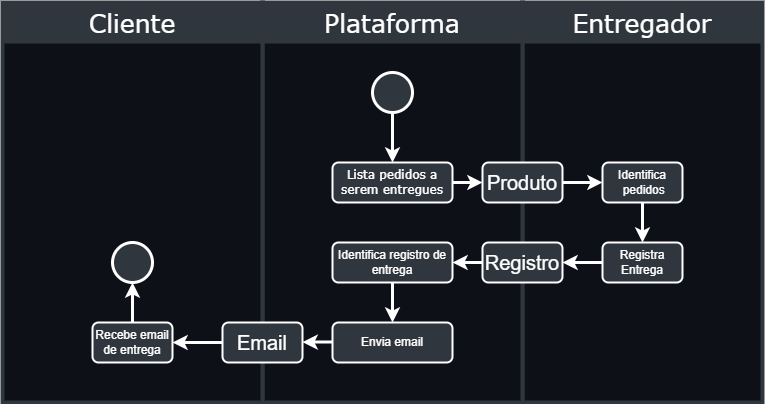
This is img/businessProcess.png from pedroblimaa/dm112-logistics-service, a draw.io export, as it was before one commit. Source tidied: cells renumbered, new cells last; positions are measured from the earlier drawing's top-left corner, leaving out a move shared by most shapes.
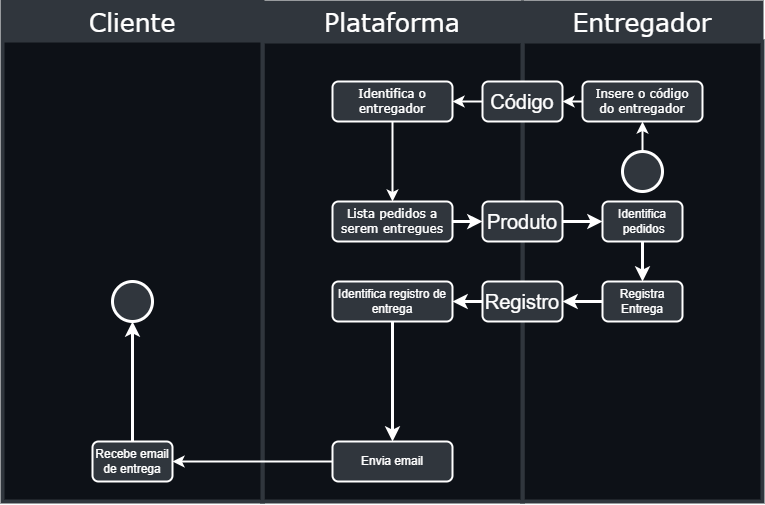
The same file after the commit.

The edit, as a diff of the source:
```diff
@@ -3,23 +3,20 @@
     <mxCell id="0" />
     <mxCell id="1" parent="0" />
     <mxCell id="2" style="rounded=0;whiteSpace=wrap;html=1;fillColor=#0D1117;strokeColor=#30363D;strokeWidth=4;" parent="1" vertex="1">
-      <mxGeometry x="520" width="240" height="400" as="geometry" />
+      <mxGeometry x="520" width="240" height="460" as="geometry" />
     </mxCell>
     <mxCell id="3" style="rounded=0;whiteSpace=wrap;html=1;fillColor=#0D1117;strokeColor=#30363D;strokeWidth=4;" parent="1" vertex="1">
-      <mxGeometry x="260" width="260" height="400" as="geometry" />
+      <mxGeometry x="260" width="260" height="460" as="geometry" />
     </mxCell>
-    <mxCell id="4" style="edgeStyle=orthogonalEdgeStyle;rounded=0;jettySize=auto;html=1;exitX=0.5;exitY=1;exitDx=0;exitDy=0;entryX=0.5;entryY=0;entryDx=0;entryDy=0;strokeColor=#FFFFFF;strokeWidth=3;" parent="1" edge="1" source="5" target="7">
-      <mxGeometry relative="1" as="geometry" />
-    </mxCell>
+    <mxCell id="29" style="edgeStyle=none;html=1;exitX=0.5;exitY=0;exitDx=0;exitDy=0;entryX=0.5;entryY=1;entryDx=0;entryDy=0;strokeColor=#FFF;strokeWidth=2;" parent="1" edge="1" source="5" target="32">
+      <mxGeometry relative="1" as="geometry" />
+    </mxCell>
     <mxCell id="5" style="ellipse;whiteSpace=wrap;html=1;strokeColor=#FFFFFF;strokeWidth=3;fillColor=#30363D;" parent="1" vertex="1">
-      <mxGeometry x="370" y="70" width="40" height="40" as="geometry" />
+      <mxGeometry x="620" y="110" width="40" height="40" as="geometry" />
     </mxCell>
     <mxCell id="6" style="edgeStyle=orthogonalEdgeStyle;rounded=0;jettySize=auto;html=1;entryX=0;entryY=0.5;entryDx=0;entryDy=0;strokeWidth=3;strokeColor=#FFFFFF;" parent="1" edge="1" source="7" target="9">
       <mxGeometry relative="1" as="geometry" />
     </mxCell>
-    <mxCell id="7" value="&lt;font color=&quot;#ffffff&quot; face=&quot;Verdana&quot;&gt;Lista pedidos a serem entregues&lt;/font&gt;" style="rounded=1;whiteSpace=wrap;html=1;fillColor=#30363D;strokeColor=#FFFFFF;strokeWidth=2;" parent="1" vertex="1">
-      <mxGeometry x="330" y="160" width="120" height="40" as="geometry" />
-    </mxCell>
     <mxCell id="8" style="edgeStyle=orthogonalEdgeStyle;rounded=0;jettySize=auto;html=1;exitX=1;exitY=0.5;exitDx=0;exitDy=0;entryX=0;entryY=0.5;entryDx=0;entryDy=0;strokeWidth=3;strokeColor=#FFFFFF;" parent="1" edge="1" source="9" target="11">
       <mxGeometry relative="1" as="geometry" />
     </mxCell>
@@ -51,44 +48,52 @@
       <mxGeometry x="330" y="240" width="120" height="40" as="geometry" />
     </mxCell>
     <mxCell id="18" value="&lt;font color=&quot;#ffffff&quot; face=&quot;Verdana&quot; style=&quot;font-size: 25px&quot;&gt;Plataforma&lt;/font&gt;" style="rounded=0;whiteSpace=wrap;html=1;strokeColor=#30363D;fillColor=#30363D;strokeWidth=2;" parent="1" vertex="1">
-      <mxGeometry x="260" width="260" height="40" as="geometry" />
+      <mxGeometry x="260" y="-40" width="260" height="40" as="geometry" />
     </mxCell>
     <mxCell id="19" value="&lt;font color=&quot;#ffffff&quot; face=&quot;Verdana&quot; style=&quot;font-size: 25px&quot;&gt;Entregador&lt;/font&gt;" style="rounded=0;whiteSpace=wrap;html=1;strokeColor=#30363D;fillColor=#30363D;strokeWidth=2;" parent="1" vertex="1">
-      <mxGeometry x="520" width="240" height="40" as="geometry" />
+      <mxGeometry x="520" y="-40" width="240" height="40" as="geometry" />
     </mxCell>
     <mxCell id="20" style="rounded=0;whiteSpace=wrap;html=1;fillColor=#0D1117;strokeColor=#30363D;strokeWidth=4;" parent="1" vertex="1">
-      <mxGeometry width="260" height="400" as="geometry" />
+      <mxGeometry y="-40" width="260" height="500" as="geometry" />
     </mxCell>
     <mxCell id="21" value="&lt;font color=&quot;#ffffff&quot; style=&quot;font-size: 25px&quot; face=&quot;Verdana&quot;&gt;Cliente&lt;/font&gt;" style="rounded=0;whiteSpace=wrap;html=1;fillColor=#30363D;strokeColor=#30363D;strokeWidth=2;" parent="1" vertex="1">
-      <mxGeometry width="260" height="40" as="geometry" />
+      <mxGeometry y="-40" width="260" height="40" as="geometry" />
     </mxCell>
-    <mxCell id="22" value="&lt;font color=&quot;#ffffff&quot;&gt;Envia email&lt;/font&gt;" style="rounded=1;whiteSpace=wrap;html=1;fillColor=#30363D;strokeColor=#FFFFFF;strokeWidth=2;" parent="1" vertex="1">
-      <mxGeometry x="330" y="320" width="120" height="40" as="geometry" />
-    </mxCell>
-    <mxCell id="23" style="edgeStyle=orthogonalEdgeStyle;rounded=0;jettySize=auto;html=1;entryX=1;entryY=0.5;entryDx=0;entryDy=0;fontFamily=Verdana;fontSize=20;fontColor=#FFFFFF;strokeColor=#FFFFFF;strokeWidth=3;" parent="1" edge="1" source="24" target="26">
-      <mxGeometry relative="1" as="geometry" />
-    </mxCell>
-    <mxCell id="24" value="&lt;font color=&quot;#ffffff&quot; style=&quot;font-size: 20px&quot;&gt;Email&lt;/font&gt;" style="rounded=1;whiteSpace=wrap;html=1;fillColor=#30363D;strokeColor=#FFFFFF;strokeWidth=2;" parent="1" vertex="1">
-      <mxGeometry x="220" y="320" width="80" height="40" as="geometry" />
-    </mxCell>
+    <mxCell id="30" style="edgeStyle=none;html=1;exitX=0;exitY=0.5;exitDx=0;exitDy=0;entryX=1;entryY=0.5;entryDx=0;entryDy=0;strokeWidth=2;strokeColor=#FFF;" parent="1" edge="1" source="22" target="26">
+      <mxGeometry relative="1" as="geometry" />
+    </mxCell>
     <mxCell id="25" style="edgeStyle=orthogonalEdgeStyle;rounded=0;jettySize=auto;html=1;entryX=0.5;entryY=1;entryDx=0;entryDy=0;fontFamily=Verdana;fontSize=20;fontColor=#FFFFFF;strokeColor=#FFFFFF;strokeWidth=3;" parent="1" edge="1" source="26" target="28">
       <mxGeometry relative="1" as="geometry" />
     </mxCell>
     <mxCell id="26" value="&lt;font color=&quot;#ffffff&quot;&gt;Recebe email de entrega&lt;/font&gt;" style="rounded=1;whiteSpace=wrap;html=1;fillColor=#30363D;strokeColor=#FFFFFF;strokeWidth=2;" parent="1" vertex="1">
-      <mxGeometry x="90" y="320" width="80" height="40" as="geometry" />
+      <mxGeometry x="90" y="400" width="80" height="40" as="geometry" />
     </mxCell>
-    <mxCell id="27" style="edgeStyle=orthogonalEdgeStyle;rounded=0;orthogonalLoop=1;jettySize=auto;html=1;exitX=0;exitY=0.5;exitDx=0;exitDy=0;entryX=1;entryY=0.5;entryDx=0;entryDy=0;strokeWidth=3;strokeColor=#FFFFFF;" parent="1" edge="1">
-      <mxGeometry relative="1" as="geometry">
-        <mxPoint x="330" y="339.6" as="sourcePoint" />
-        <mxPoint x="300" y="339.6" as="targetPoint" />
-        <Array as="points">
-          <mxPoint x="320" y="340" />
-          <mxPoint x="320" y="340" />
-        </Array>
-      </mxGeometry>
-    </mxCell>
     <mxCell id="28" style="ellipse;whiteSpace=wrap;html=1;strokeColor=#FFFFFF;strokeWidth=3;fillColor=#30363D;" parent="1" vertex="1">
       <mxGeometry x="110" y="240" width="40" height="40" as="geometry" />
     </mxCell>
+    <mxCell id="7" value="&lt;font color=&quot;#ffffff&quot; face=&quot;Verdana&quot;&gt;Lista pedidos a serem entregues&lt;/font&gt;" style="rounded=1;whiteSpace=wrap;html=1;fillColor=#30363D;strokeColor=#FFFFFF;strokeWidth=2;" parent="1" vertex="1">
+      <mxGeometry x="330" y="160" width="120" height="40" as="geometry" />
+    </mxCell>
+    <mxCell id="22" value="&lt;font color=&quot;#ffffff&quot;&gt;Envia email&lt;/font&gt;" style="rounded=1;whiteSpace=wrap;html=1;fillColor=#30363D;strokeColor=#FFFFFF;strokeWidth=2;" parent="1" vertex="1">
+      <mxGeometry x="330" y="400" width="120" height="40" as="geometry" />
+    </mxCell>
+    <mxCell id="31" style="edgeStyle=none;html=1;exitX=0;exitY=0.5;exitDx=0;exitDy=0;entryX=1;entryY=0.5;entryDx=0;entryDy=0;strokeWidth=2;strokeColor=#FFF;" parent="1" edge="1" source="32" target="36">
+      <mxGeometry relative="1" as="geometry" />
+    </mxCell>
+    <mxCell id="32" value="&lt;font color=&quot;#ffffff&quot; face=&quot;Verdana&quot;&gt;Insere o código&lt;br&gt;do entregador&lt;br&gt;&lt;/font&gt;" style="rounded=1;whiteSpace=wrap;html=1;fillColor=#30363D;strokeColor=#FFFFFF;strokeWidth=2;" parent="1" vertex="1">
+      <mxGeometry x="580" y="40" width="120" height="40" as="geometry" />
+    </mxCell>
+    <mxCell id="33" style="edgeStyle=none;html=1;exitX=0.5;exitY=1;exitDx=0;exitDy=0;entryX=0.5;entryY=0;entryDx=0;entryDy=0;strokeWidth=2;strokeColor=#FFF;" parent="1" edge="1" source="34" target="7">
+      <mxGeometry relative="1" as="geometry" />
+    </mxCell>
+    <mxCell id="34" value="&lt;font color=&quot;#ffffff&quot; face=&quot;Verdana&quot;&gt;Identifica o entregador&lt;br&gt;&lt;/font&gt;" style="rounded=1;whiteSpace=wrap;html=1;fillColor=#30363D;strokeColor=#FFFFFF;strokeWidth=2;" parent="1" vertex="1">
+      <mxGeometry x="330" y="40" width="120" height="40" as="geometry" />
+    </mxCell>
+    <mxCell id="35" style="edgeStyle=none;html=1;exitX=0;exitY=0.5;exitDx=0;exitDy=0;entryX=1;entryY=0.5;entryDx=0;entryDy=0;strokeWidth=2;strokeColor=#FFF;" parent="1" edge="1" source="36" target="34">
+      <mxGeometry relative="1" as="geometry" />
+    </mxCell>
+    <mxCell id="36" value="&lt;font color=&quot;#ffffff&quot; style=&quot;font-size: 20px&quot;&gt;Código&lt;/font&gt;" style="rounded=1;whiteSpace=wrap;html=1;fillColor=#30363D;strokeColor=#FFFFFF;strokeWidth=2;" parent="1" vertex="1">
+      <mxGeometry x="480" y="40" width="80" height="40" as="geometry" />
+    </mxCell>
   </root>
 </mxGraphModel>
```
